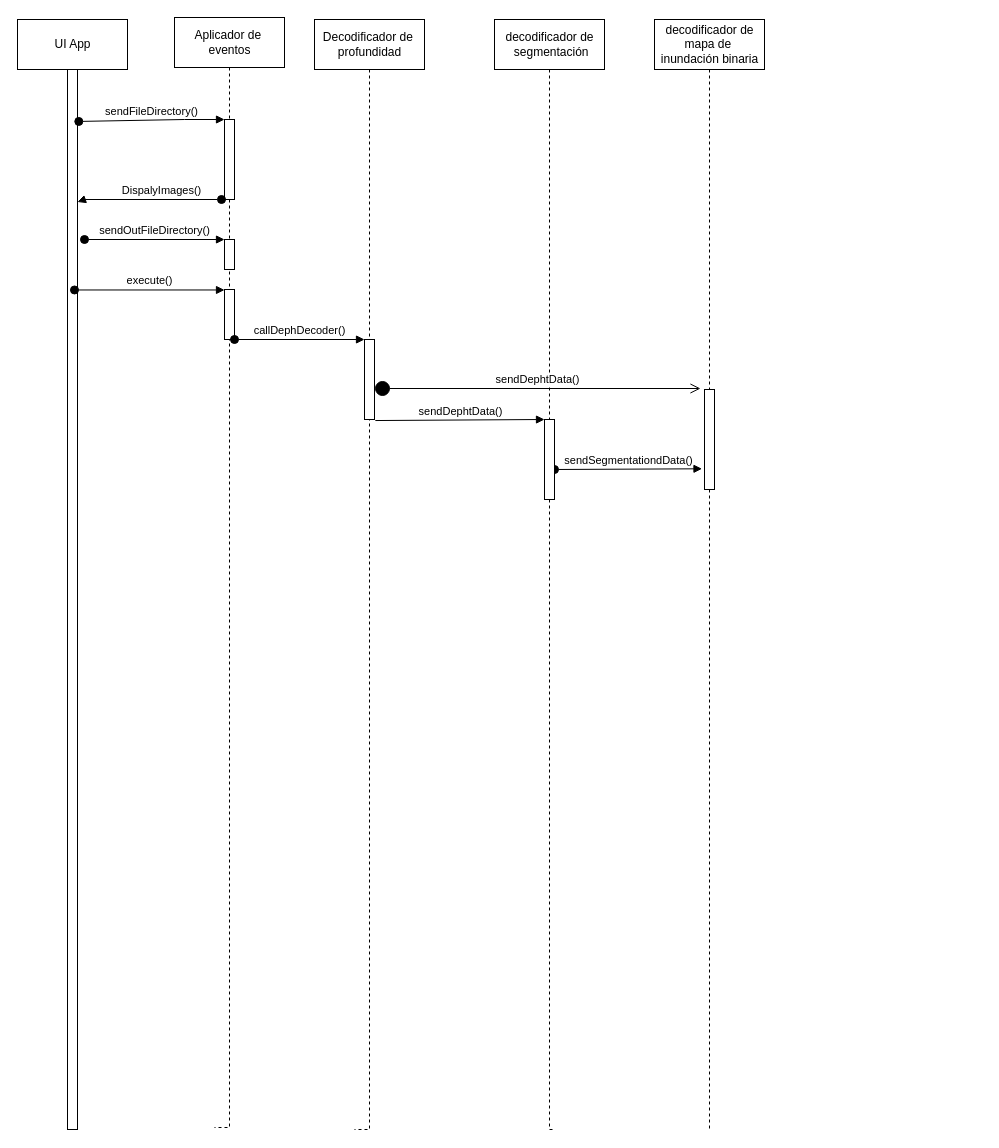
The draw.io diagram tesis-.drawio in Hualmss/diagramas-pis, before the edit. Source tidied: cells renumbered, new cells numbered last; positions are measured from the earlier drawing's top-left corner, leaving out a move shared by most shapes. Both pictures are drawn from the tidied source at 100%, with x=0, y=0 at pixel (17, 17).
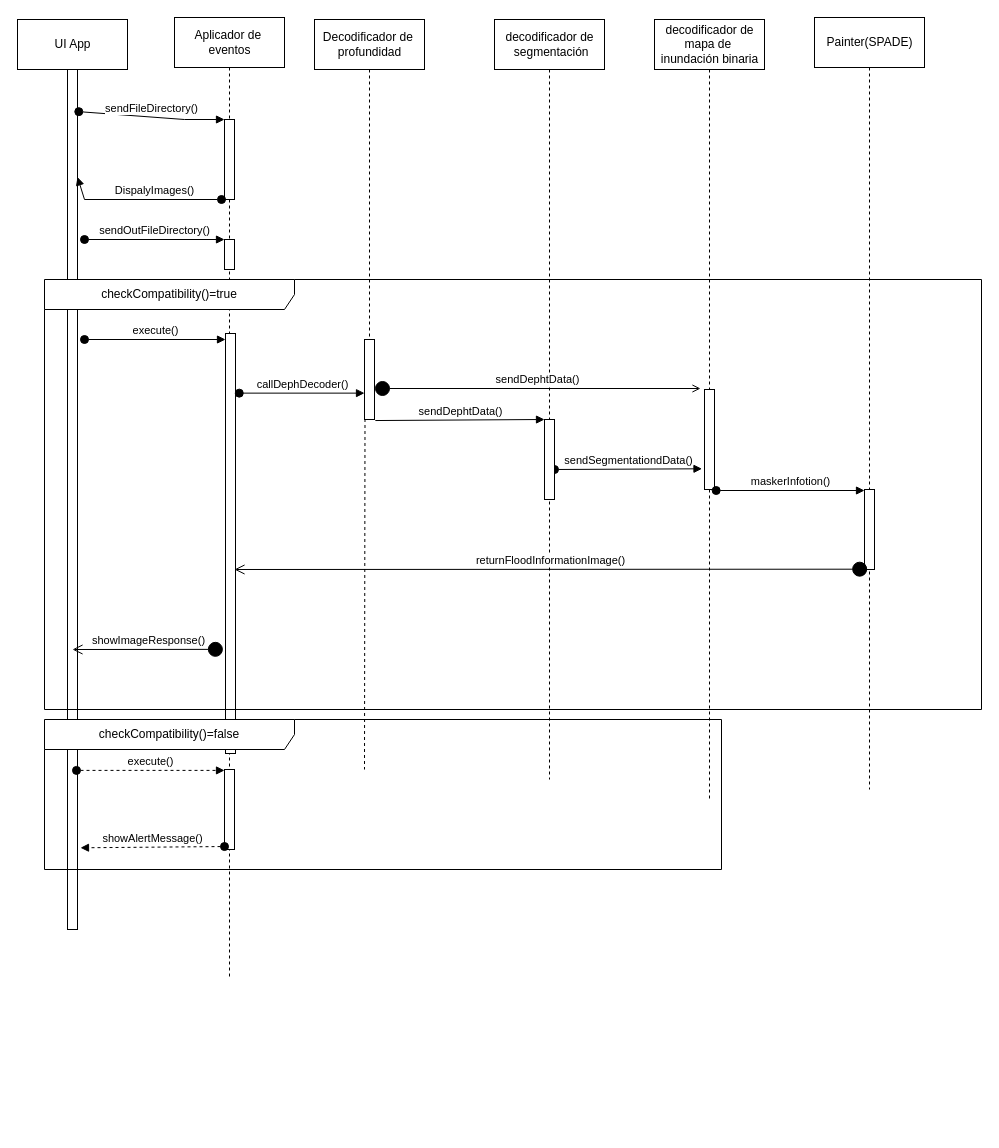
Above is the later version.

Unchanged cells that the change refers to:
```xml
<mxCell id="5" value="Decodificador de&amp;nbsp;&lt;br&gt;profundidad" style="html=1;" parent="1" vertex="1">
  <mxGeometry x="297" y="2" width="110" height="50" as="geometry" />
</mxCell>
<mxCell id="7" value="decodificador de&lt;br&gt;&amp;nbsp;segmentación" style="html=1;" parent="1" vertex="1">
  <mxGeometry x="477" y="2" width="110" height="50" as="geometry" />
</mxCell>
<mxCell id="9" value="decodificador de&lt;br&gt;mapa de&amp;nbsp;&lt;br&gt;inundación binaria" style="html=1;" parent="1" vertex="1">
  <mxGeometry x="637" y="2" width="110" height="50" as="geometry" />
</mxCell>
<mxCell id="11" value="Aplicador de&amp;nbsp;&lt;br&gt;eventos" style="html=1;" parent="1" vertex="1">
  <mxGeometry x="157" width="110" height="50" as="geometry" />
</mxCell>
<mxCell id="19" style="html=1;points=[];perimeter=orthogonalPerimeter;" parent="1" vertex="1">
  <mxGeometry x="347" y="322" width="10" height="80" as="geometry" />
</mxCell>
<mxCell id="23" style="html=1;points=[];perimeter=orthogonalPerimeter;" parent="1" vertex="1">
  <mxGeometry x="527" y="402" width="10" height="80" as="geometry" />
</mxCell>
<mxCell id="25" style="html=1;points=[];perimeter=orthogonalPerimeter;" parent="1" vertex="1">
  <mxGeometry x="687" y="372" width="10" height="100" as="geometry" />
</mxCell>
```

What changed in the source:
```diff
@@
     <mxCell id="3" style="html=1;points=[];perimeter=orthogonalPerimeter;" parent="1" vertex="1">
-      <mxGeometry x="50" y="52" width="10" height="1060" as="geometry" />
+      <mxGeometry x="50" y="52" width="10" height="860" as="geometry" />
     </mxCell>
-    <mxCell id="4" style="edgeStyle=orthogonalEdgeStyle;rounded=0;jettySize=auto;html=1;dashed=1;endArrow=none;endFill=0;" parent="1" edge="1" source="5">
-      <mxGeometry relative="1" as="geometry">
-        <mxPoint x="337" y="1112" as="targetPoint" />
-        <Array as="points">
-          <mxPoint x="352" y="1112" />
-        </Array>
-      </mxGeometry>
-    </mxCell>
+    <mxCell id="28" style="edgeStyle=orthogonalEdgeStyle;rounded=0;jettySize=auto;html=1;dashed=1;endArrow=none;endFill=0;" parent="1" edge="1" source="5">
+      <mxGeometry relative="1" as="geometry">
+        <mxPoint x="347" y="752" as="targetPoint" />
+      </mxGeometry>
+    </mxCell>
@@
-    <mxCell id="6" style="edgeStyle=orthogonalEdgeStyle;rounded=0;jettySize=auto;html=1;dashed=1;endArrow=none;endFill=0;startArrow=none;" parent="1" edge="1" source="23">
-      <mxGeometry relative="1" as="geometry">
-        <mxPoint x="537" y="1112" as="targetPoint" />
-        <Array as="points">
-          <mxPoint x="532" y="1112" />
-        </Array>
-      </mxGeometry>
-    </mxCell>
+    <mxCell id="29" style="edgeStyle=orthogonalEdgeStyle;rounded=0;jettySize=auto;html=1;dashed=1;endArrow=none;endFill=0;" parent="1" edge="1" source="7">
+      <mxGeometry relative="1" as="geometry">
+        <mxPoint x="532" y="762" as="targetPoint" />
+      </mxGeometry>
+    </mxCell>
@@
-    <mxCell id="8" style="edgeStyle=orthogonalEdgeStyle;rounded=0;jettySize=auto;html=1;dashed=1;endArrow=none;endFill=0;startArrow=none;" parent="1" edge="1" source="25">
-      <mxGeometry relative="1" as="geometry">
-        <mxPoint x="692" y="1112" as="targetPoint" />
-      </mxGeometry>
-    </mxCell>
+    <mxCell id="30" style="edgeStyle=orthogonalEdgeStyle;rounded=0;jettySize=auto;html=1;dashed=1;endArrow=none;endFill=0;" parent="1" edge="1" source="9">
+      <mxGeometry relative="1" as="geometry">
+        <mxPoint x="692" y="782" as="targetPoint" />
+      </mxGeometry>
+    </mxCell>
@@
-    <mxCell id="10" style="edgeStyle=orthogonalEdgeStyle;rounded=0;jettySize=auto;html=1;dashed=1;endArrow=none;endFill=0;" parent="1" edge="1" source="11">
-      <mxGeometry relative="1" as="geometry">
-        <mxPoint x="197" y="1110" as="targetPoint" />
-        <Array as="points">
-          <mxPoint x="212" y="1110" />
-        </Array>
-      </mxGeometry>
-    </mxCell>
+    <mxCell id="31" style="edgeStyle=orthogonalEdgeStyle;rounded=0;jettySize=auto;html=1;endArrow=none;endFill=0;dashed=1;" parent="1" edge="1" source="11">
+      <mxGeometry relative="1" as="geometry">
+        <mxPoint x="212" y="962" as="targetPoint" />
+      </mxGeometry>
+    </mxCell>
@@
     <mxCell id="17" style="html=1;points=[];perimeter=orthogonalPerimeter;" parent="1" vertex="1">
-      <mxGeometry x="207" y="272" width="10" height="50" as="geometry" />
+      <mxGeometry x="208" y="316" width="10" height="420" as="geometry" />
     </mxCell>
-    <mxCell id="18" value="execute()" style="html=1;verticalAlign=bottom;startArrow=oval;endArrow=block;startSize=8;rounded=0;exitX=0.7;exitY=0.208;exitDx=0;exitDy=0;exitPerimeter=0;" parent="1" edge="1" source="3" target="17">
-      <mxGeometry relative="1" as="geometry" />
+    <mxCell id="18" value="execute()" style="html=1;verticalAlign=bottom;startArrow=oval;endArrow=block;startSize=8;rounded=0;" parent="1" edge="1" target="17">
+      <mxGeometry relative="1" as="geometry">
+        <mxPoint x="67" y="322" as="sourcePoint" />
+      </mxGeometry>
     </mxCell>
@@
-    <mxCell id="20" value="callDephDecoder()" style="html=1;verticalAlign=bottom;startArrow=oval;endArrow=block;startSize=8;rounded=0;" parent="1" edge="1" source="17" target="19">
+    <mxCell id="20" value="callDephDecoder()" style="html=1;verticalAlign=bottom;startArrow=oval;endArrow=block;startSize=8;rounded=0;exitX=1.376;exitY=0.142;exitDx=0;exitDy=0;exitPerimeter=0;" parent="1" edge="1" source="17" target="19">
       <mxGeometry relative="1" as="geometry" />
     </mxCell>
@@
-    <mxCell id="24" style="edgeStyle=orthogonalEdgeStyle;rounded=0;jettySize=auto;html=1;dashed=1;endArrow=none;endFill=0;" parent="1" edge="1" source="7" target="23">
-      <mxGeometry relative="1" as="geometry" />
-    </mxCell>
@@
-    <mxCell id="26" style="edgeStyle=orthogonalEdgeStyle;rounded=0;jettySize=auto;html=1;dashed=1;endArrow=none;endFill=0;" parent="1" edge="1" source="9" target="25">
-      <mxGeometry relative="1" as="geometry" />
-    </mxCell>
-    <mxCell id="27" value="sendDephtData()" style="html=1;verticalAlign=bottom;startArrow=circle;startFill=1;endArrow=open;startSize=6;endSize=8;rounded=0;" parent="1" edge="1">
+    <mxCell id="27" value="sendDephtData()" style="html=1;verticalAlign=bottom;startArrow=circle;startFill=1;endArrow=open;rounded=0;" parent="1" edge="1">
       <mxGeometry relative="1" as="geometry">
         <mxPoint x="357" y="371" as="sourcePoint" />
         <mxPoint x="683" y="371" as="targetPoint" />
       </mxGeometry>
     </mxCell>
+    <mxCell id="32" style="edgeStyle=orthogonalEdgeStyle;rounded=0;jettySize=auto;html=1;dashed=1;endArrow=none;endFill=0;" parent="1" edge="1" source="33">
+      <mxGeometry relative="1" as="geometry">
+        <mxPoint x="852" y="772" as="targetPoint" />
+      </mxGeometry>
+    </mxCell>
+    <mxCell id="33" value="Painter(SPADE)" style="html=1;" parent="1" vertex="1">
+      <mxGeometry x="797" width="110" height="50" as="geometry" />
+    </mxCell>
+    <mxCell id="34" style="html=1;points=[];perimeter=orthogonalPerimeter;" parent="1" vertex="1">
+      <mxGeometry x="847" y="472" width="10" height="80" as="geometry" />
+    </mxCell>
+    <mxCell id="35" value="maskerInfotion()" style="html=1;verticalAlign=bottom;startArrow=oval;endArrow=block;startSize=8;rounded=0;exitX=1.167;exitY=1.01;exitDx=0;exitDy=0;exitPerimeter=0;" parent="1" edge="1" source="25" target="34">
+      <mxGeometry relative="1" as="geometry" />
+    </mxCell>
+    <mxCell id="36" value="returnFloodInformationImage()" style="html=1;verticalAlign=bottom;startArrow=circle;startFill=1;endArrow=open;startSize=6;endSize=8;rounded=0;exitX=0.318;exitY=0.996;exitDx=0;exitDy=0;exitPerimeter=0;" parent="1" edge="1" source="34">
+      <mxGeometry relative="1" as="geometry">
+        <mxPoint x="217" y="552" as="targetPoint" />
+      </mxGeometry>
+    </mxCell>
+    <mxCell id="37" value="showImageResponse()" style="html=1;verticalAlign=bottom;startArrow=circle;startFill=1;endArrow=open;startSize=6;endSize=8;rounded=0;exitX=-0.212;exitY=0.752;exitDx=0;exitDy=0;exitPerimeter=0;" parent="1" edge="1" source="17">
+      <mxGeometry relative="1" as="geometry">
+        <mxPoint x="55" y="632" as="targetPoint" />
+      </mxGeometry>
+    </mxCell>
+    <mxCell id="38" value="checkCompatibility()=true" style="shape=umlFrame;whiteSpace=wrap;html=1;width=250;height=30;" parent="1" vertex="1">
+      <mxGeometry x="27" y="262" width="937" height="430" as="geometry" />
+    </mxCell>
+    <mxCell id="39" style="html=1;points=[];perimeter=orthogonalPerimeter;" parent="1" vertex="1">
+      <mxGeometry x="207" y="752" width="10" height="80" as="geometry" />
+    </mxCell>
+    <mxCell id="40" value="execute()" style="html=1;verticalAlign=bottom;startArrow=oval;endArrow=block;startSize=8;rounded=0;dashed=1;exitX=0.9;exitY=0.815;exitDx=0;exitDy=0;exitPerimeter=0;" parent="1" edge="1" source="3" target="39">
+      <mxGeometry relative="1" as="geometry" />
+    </mxCell>
+    <mxCell id="41" value="showAlertMessage()" style="html=1;verticalAlign=bottom;startArrow=oval;startFill=1;endArrow=block;startSize=8;rounded=0;dashed=1;exitX=0;exitY=0.963;exitDx=0;exitDy=0;exitPerimeter=0;entryX=1.3;entryY=0.905;entryDx=0;entryDy=0;entryPerimeter=0;" parent="1" edge="1" source="39" target="3">
+      <mxGeometry relative="1" as="geometry" />
+    </mxCell>
+    <mxCell id="42" value="checkCompatibility()=false" style="shape=umlFrame;whiteSpace=wrap;html=1;width=250;height=30;" parent="1" vertex="1">
+      <mxGeometry x="27" y="702" width="677" height="150" as="geometry" />
+    </mxCell>
```
